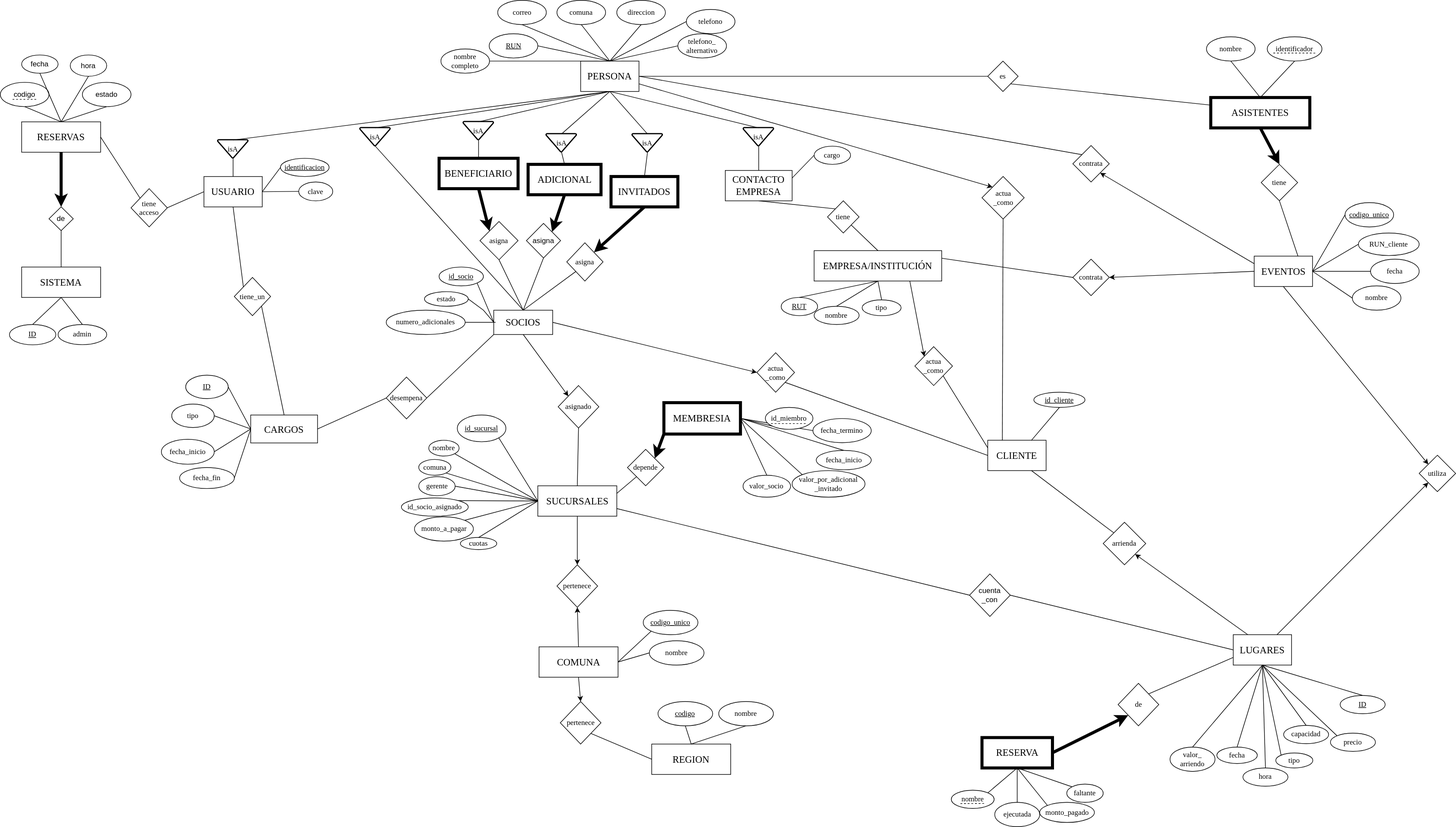
The draw.io diagram E1/ER-JOAB.drawio.svg in JoabVJ/IIC2413---Bases-de-Datos, before a commit. Source tidied: cells renumbered, new cells last; positions are measured from the earlier drawing's top-left corner, leaving out a move shared by most shapes.
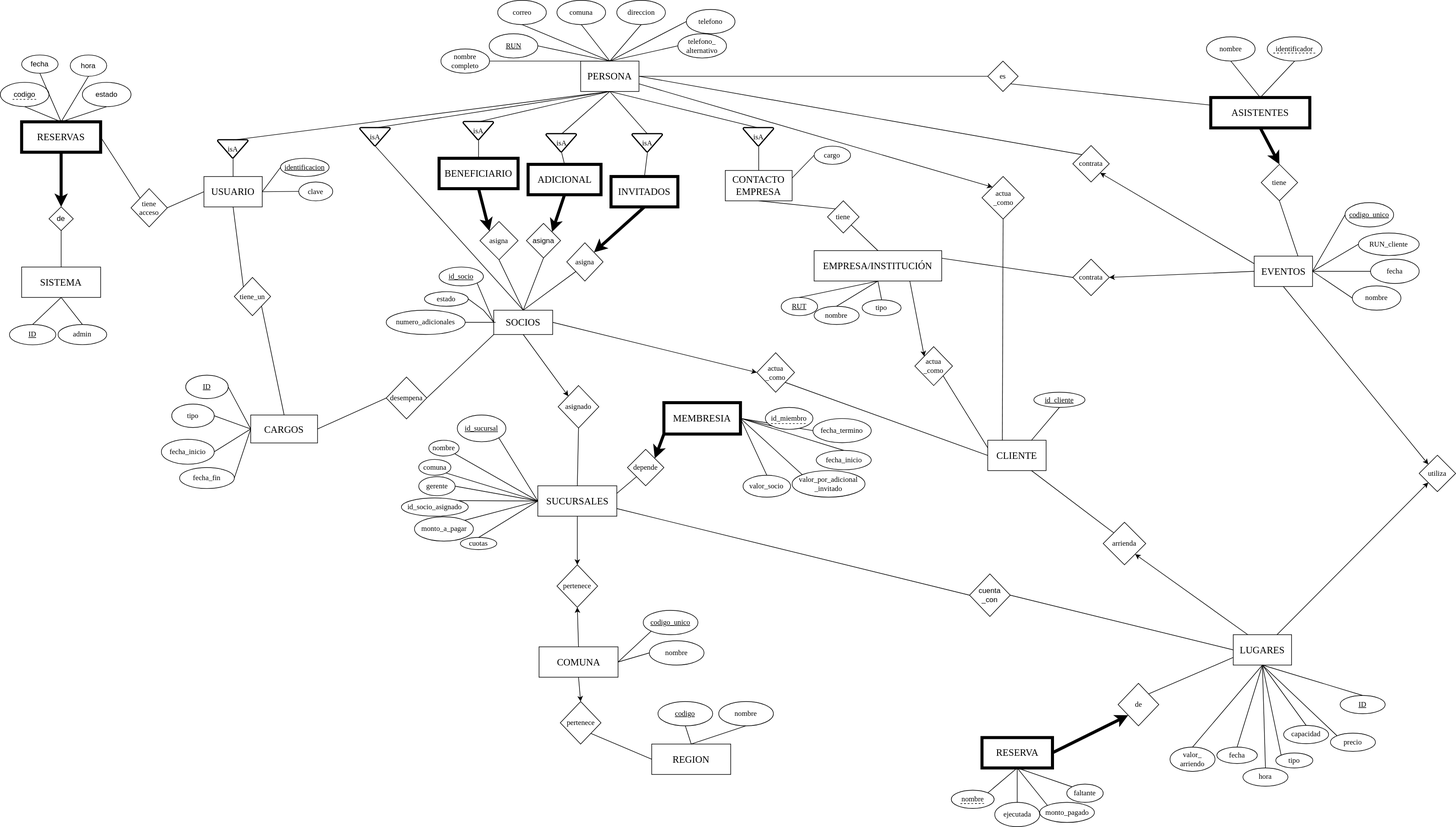
After the change.

Diff of the diagram source:
```diff
@@ -473,7 +473,7 @@
     <mxCell id="154" value="&lt;font face=&quot;Georgia&quot;&gt;tiene&lt;/font&gt;&lt;div&gt;&lt;font face=&quot;Georgia&quot;&gt;acceso&lt;/font&gt;&lt;/div&gt;" style="rhombus;whiteSpace=wrap;html=1;" parent="1" vertex="1">
       <mxGeometry x="215" y="310" width="59.8" height="63" as="geometry" />
     </mxCell>
-    <mxCell id="155" value="&lt;font face=&quot;Georgia&quot;&gt;&lt;span style=&quot;font-size: 16px;&quot;&gt;RESERVAS&lt;/span&gt;&lt;/font&gt;" style="rounded=0;whiteSpace=wrap;html=1;" parent="1" vertex="1">
+    <mxCell id="155" value="&lt;font face=&quot;Georgia&quot;&gt;&lt;span style=&quot;font-size: 16px;&quot;&gt;RESERVAS&lt;/span&gt;&lt;/font&gt;" style="rounded=0;whiteSpace=wrap;html=1;strokeWidth=5;" parent="1" vertex="1">
       <mxGeometry x="35" y="200" width="130" height="50" as="geometry" />
     </mxCell>
     <mxCell id="156" style="endArrow=classic;html=1;rounded=0;exitX=0.5;exitY=1;exitDx=0;exitDy=0;strokeWidth=5;entryX=0.5;entryY=0;entryDx=0;entryDy=0;" parent="1" edge="1" source="155" target="157">
```
